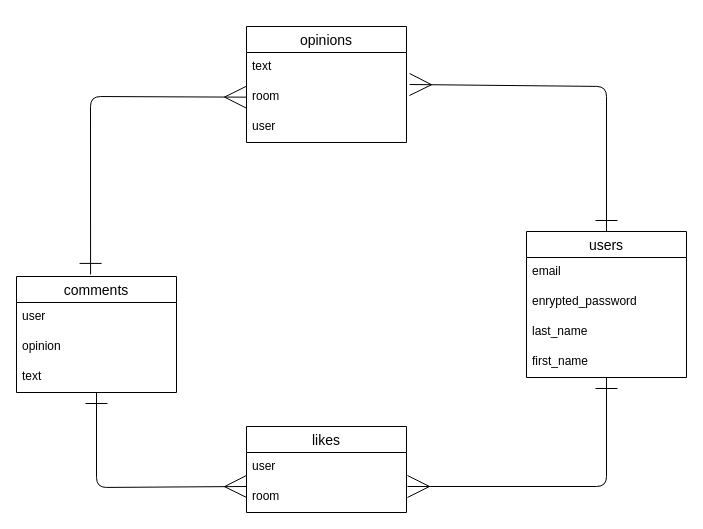
maximumry/mynion keeps this draw.io diagram as mynion.dio. Above is the earlier version. Source tidied: cells renumbered, new cells numbered last; positions are measured from the earlier drawing's top-left corner, leaving out a move shared by most shapes. Both pictures are drawn from the tidied source at 100%, with x=0, y=0 at pixel (16, 26).
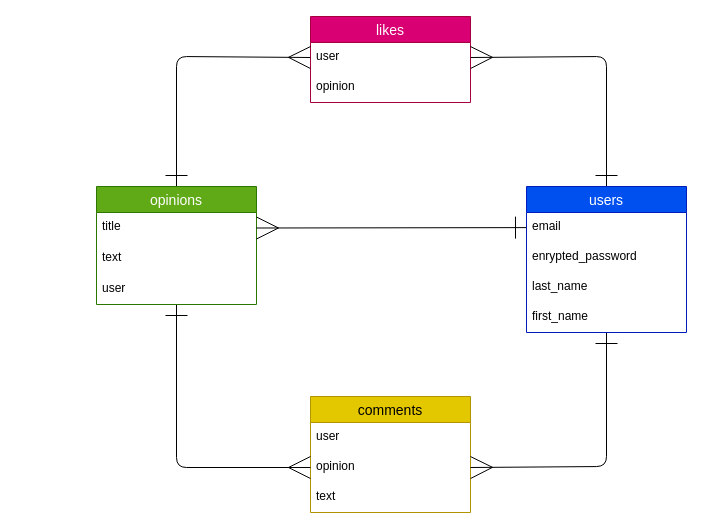
After the change.

The edit, as a diff of the source:
```diff
@@
-    <mxCell id="2" style="edgeStyle=none;html=1;entryX=0;entryY=0.133;entryDx=0;entryDy=0;entryPerimeter=0;startArrow=ERone;startFill=0;endArrow=ERmany;endFill=0;startSize=20;endSize=20;" parent="1" edge="1" source="3" target="9">
-      <mxGeometry relative="1" as="geometry">
-        <Array as="points">
-          <mxPoint x="80" y="461" />
-        </Array>
-      </mxGeometry>
-    </mxCell>
-    <mxCell id="3" value="comments" style="swimlane;fontStyle=0;horizontal=1;startSize=26;align=center;fontSize=14;" parent="1" vertex="1">
-      <mxGeometry y="250" width="160" height="116" as="geometry" />
+    <mxCell id="3" value="comments" style="swimlane;fontStyle=0;horizontal=1;startSize=26;align=center;fontSize=14;rounded=0;fillColor=#e3c800;fontColor=#000000;strokeColor=#B09500;" parent="1" vertex="1">
+      <mxGeometry x="294" y="370" width="160" height="116" as="geometry" />
     </mxCell>
-    <mxCell id="4" value="user" style="text;strokeColor=none;fillColor=none;spacingLeft=4;spacingRight=4;overflow=hidden;fontSize=12;" parent="3" vertex="1">
+    <mxCell id="4" value="user" style="text;strokeColor=none;fillColor=none;spacingLeft=4;spacingRight=4;overflow=hidden;fontSize=12;rounded=0;" parent="3" vertex="1">
       <mxGeometry y="26" width="160" height="30" as="geometry" />
     </mxCell>
-    <mxCell id="5" value="opinion" style="text;strokeColor=none;fillColor=none;spacingLeft=4;spacingRight=4;overflow=hidden;points=[[0,0.5],[1,0.5]];portConstraint=eastwest;fontSize=12;" parent="3" vertex="1">
+    <mxCell id="5" value="opinion" style="text;strokeColor=none;fillColor=none;spacingLeft=4;spacingRight=4;overflow=hidden;points=[[0,0.5],[1,0.5]];portConstraint=eastwest;fontSize=12;rounded=0;" parent="3" vertex="1">
       <mxGeometry y="56" width="160" height="30" as="geometry" />
     </mxCell>
-    <mxCell id="6" value="text" style="text;strokeColor=none;fillColor=none;spacingLeft=4;spacingRight=4;overflow=hidden;fontSize=12;" parent="3" vertex="1">
+    <mxCell id="6" value="text" style="text;strokeColor=none;fillColor=none;spacingLeft=4;spacingRight=4;overflow=hidden;fontSize=12;rounded=0;" parent="3" vertex="1">
       <mxGeometry y="86" width="160" height="30" as="geometry" />
     </mxCell>
-    <mxCell id="7" value="likes" style="swimlane;fontStyle=0;horizontal=1;startSize=26;align=center;fontSize=14;" parent="1" vertex="1">
-      <mxGeometry x="230" y="400" width="160" height="86" as="geometry" />
+    <mxCell id="7" value="likes" style="swimlane;fontStyle=0;horizontal=1;startSize=26;align=center;fontSize=14;rounded=0;fillColor=#d80073;fontColor=#ffffff;strokeColor=#A50040;" parent="1" vertex="1">
+      <mxGeometry x="294" y="-10" width="160" height="86" as="geometry" />
     </mxCell>
-    <mxCell id="8" value="user" style="text;strokeColor=none;fillColor=none;spacingLeft=4;spacingRight=4;overflow=hidden;points=[[0,0.5],[1,0.5]];portConstraint=eastwest;fontSize=12;" parent="7" vertex="1">
+    <mxCell id="8" value="user" style="text;spacingLeft=4;spacingRight=4;overflow=hidden;points=[[0,0.5],[1,0.5]];portConstraint=eastwest;fontSize=12;rounded=0;" parent="7" vertex="1">
       <mxGeometry y="26" width="160" height="30" as="geometry" />
     </mxCell>
-    <mxCell id="9" value="room" style="text;strokeColor=none;fillColor=none;spacingLeft=4;spacingRight=4;overflow=hidden;points=[[0,0.5],[1,0.5]];portConstraint=eastwest;fontSize=12;" parent="7" vertex="1">
+    <mxCell id="9" value="opinion" style="text;strokeColor=none;fillColor=none;spacingLeft=4;spacingRight=4;overflow=hidden;points=[[0,0.5],[1,0.5]];portConstraint=eastwest;fontSize=12;rounded=0;" parent="7" vertex="1">
       <mxGeometry y="56" width="160" height="30" as="geometry" />
     </mxCell>
+    <mxCell id="22" style="edgeStyle=none;html=1;entryX=0;entryY=0.5;entryDx=0;entryDy=0;startArrow=ERone;startFill=0;endArrow=ERmany;endFill=0;startSize=20;endSize=20;" parent="1" edge="1" source="10" target="5">
+      <mxGeometry relative="1" as="geometry">
+        <Array as="points">
+          <mxPoint x="160" y="441" />
+        </Array>
+      </mxGeometry>
+    </mxCell>
+    <mxCell id="23" style="edgeStyle=none;html=1;entryX=0;entryY=0.5;entryDx=0;entryDy=0;startArrow=ERone;startFill=0;endArrow=ERmany;endFill=0;startSize=20;endSize=20;" parent="1" edge="1" source="10" target="8">
+      <mxGeometry relative="1" as="geometry">
+        <Array as="points">
+          <mxPoint x="160" y="30" />
+        </Array>
+      </mxGeometry>
+    </mxCell>
-    <mxCell id="10" value="opinions" style="swimlane;fontStyle=0;horizontal=1;startSize=26;align=center;fontSize=14;" parent="1" vertex="1">
-      <mxGeometry x="230" width="160" height="116" as="geometry" />
+    <mxCell id="10" value="opinions" style="swimlane;fontStyle=0;horizontal=1;startSize=26;align=center;fontSize=14;rounded=0;fillColor=#60a917;fontColor=#ffffff;strokeColor=#2D7600;" parent="1" vertex="1">
+      <mxGeometry x="80" y="160" width="160" height="118" as="geometry" />
     </mxCell>
-    <mxCell id="11" value="text" style="text;strokeColor=none;fillColor=none;spacingLeft=4;spacingRight=4;overflow=hidden;points=[[0,0.5],[1,0.5]];portConstraint=eastwest;fontSize=12;" parent="10" vertex="1">
-      <mxGeometry y="26" width="160" height="30" as="geometry" />
+    <mxCell id="11" value="title" style="text;strokeColor=none;fillColor=none;spacingLeft=4;spacingRight=4;overflow=hidden;points=[[0,0.5],[1,0.5]];portConstraint=eastwest;fontSize=12;rounded=0;" parent="10" vertex="1">
+      <mxGeometry y="26" width="160" height="31" as="geometry" />
     </mxCell>
-    <mxCell id="12" value="room" style="text;strokeColor=none;fillColor=none;spacingLeft=4;spacingRight=4;overflow=hidden;points=[[0,0.5],[1,0.5]];portConstraint=eastwest;fontSize=12;" parent="10" vertex="1">
-      <mxGeometry y="56" width="160" height="30" as="geometry" />
-    </mxCell>
+    <mxCell id="24" value="text" style="text;strokeColor=none;fillColor=none;spacingLeft=4;spacingRight=4;overflow=hidden;fontSize=12;rounded=0;" parent="10" vertex="1">
+      <mxGeometry y="57" width="160" height="31" as="geometry" />
+    </mxCell>
-    <mxCell id="13" value="user" style="text;strokeColor=none;fillColor=none;spacingLeft=4;spacingRight=4;overflow=hidden;fontSize=12;" parent="10" vertex="1">
-      <mxGeometry y="86" width="160" height="30" as="geometry" />
+    <mxCell id="13" value="user" style="text;strokeColor=none;fillColor=none;spacingLeft=4;spacingRight=4;overflow=hidden;fontSize=12;rounded=0;" parent="10" vertex="1">
+      <mxGeometry y="88" width="160" height="30" as="geometry" />
     </mxCell>
-    <mxCell id="14" style="edgeStyle=none;html=1;entryX=1.006;entryY=0.133;entryDx=0;entryDy=0;entryPerimeter=0;startArrow=ERone;startFill=0;endArrow=ERmany;endFill=0;endSize=20;startSize=20;" parent="1" edge="1" source="16" target="9">
-      <mxGeometry relative="1" as="geometry">
-        <Array as="points">
-          <mxPoint x="590" y="460" />
-        </Array>
-      </mxGeometry>
-    </mxCell>
-    <mxCell id="15" style="edgeStyle=none;html=1;startArrow=ERone;startFill=0;endArrow=ERmany;endFill=0;startSize=20;endSize=20;entryX=1.019;entryY=0.067;entryDx=0;entryDy=0;entryPerimeter=0;" parent="1" edge="1" source="16" target="12">
-      <mxGeometry relative="1" as="geometry">
-        <Array as="points">
-          <mxPoint x="590" y="60" />
-        </Array>
-      </mxGeometry>
-    </mxCell>
+    <mxCell id="25" style="edgeStyle=none;html=1;entryX=1;entryY=0.5;entryDx=0;entryDy=0;startArrow=ERone;startFill=0;endArrow=ERmany;endFill=0;startSize=20;endSize=20;" parent="1" edge="1" source="16" target="5">
+      <mxGeometry relative="1" as="geometry">
+        <Array as="points">
+          <mxPoint x="590" y="440" />
+        </Array>
+      </mxGeometry>
+    </mxCell>
+    <mxCell id="26" style="edgeStyle=none;html=1;entryX=1;entryY=0.5;entryDx=0;entryDy=0;startArrow=ERone;startFill=0;endArrow=ERmany;endFill=0;startSize=20;endSize=20;" parent="1" edge="1" source="16" target="8">
+      <mxGeometry relative="1" as="geometry">
+        <Array as="points">
+          <mxPoint x="590" y="30" />
+        </Array>
+      </mxGeometry>
+    </mxCell>
-    <mxCell id="16" value="users" style="swimlane;fontStyle=0;horizontal=1;startSize=26;align=center;fontSize=14;" parent="1" vertex="1">
-      <mxGeometry x="510" y="205" width="160" height="146" as="geometry" />
+    <mxCell id="16" value="users" style="swimlane;fontStyle=0;horizontal=1;startSize=26;align=center;fontSize=14;rounded=0;fillColor=#0050ef;fontColor=#ffffff;strokeColor=#001DBC;" parent="1" vertex="1">
+      <mxGeometry x="510" y="160" width="160" height="146" as="geometry" />
     </mxCell>
-    <mxCell id="17" value="email" style="text;strokeColor=none;fillColor=none;spacingLeft=4;spacingRight=4;overflow=hidden;points=[[0,0.5],[1,0.5]];portConstraint=eastwest;fontSize=12;" parent="16" vertex="1">
+    <mxCell id="17" value="email" style="text;strokeColor=none;fillColor=none;spacingLeft=4;spacingRight=4;overflow=hidden;points=[[0,0.5],[1,0.5]];portConstraint=eastwest;fontSize=12;rounded=0;" parent="16" vertex="1">
       <mxGeometry y="26" width="160" height="30" as="geometry" />
     </mxCell>
-    <mxCell id="18" value="enrypted_password" style="text;strokeColor=none;fillColor=none;spacingLeft=4;spacingRight=4;overflow=hidden;fontSize=12;" parent="16" vertex="1">
+    <mxCell id="18" value="enrypted_password" style="text;strokeColor=none;fillColor=none;spacingLeft=4;spacingRight=4;overflow=hidden;fontSize=12;rounded=0;" parent="16" vertex="1">
       <mxGeometry y="56" width="160" height="30" as="geometry" />
     </mxCell>
-    <mxCell id="19" value="last_name" style="text;strokeColor=none;fillColor=none;spacingLeft=4;spacingRight=4;overflow=hidden;fontSize=12;" parent="16" vertex="1">
+    <mxCell id="19" value="last_name" style="text;strokeColor=none;fillColor=none;spacingLeft=4;spacingRight=4;overflow=hidden;fontSize=12;rounded=0;" parent="16" vertex="1">
       <mxGeometry y="86" width="160" height="30" as="geometry" />
     </mxCell>
-    <mxCell id="20" value="first_name" style="text;strokeColor=none;fillColor=none;spacingLeft=4;spacingRight=4;overflow=hidden;fontSize=12;" parent="16" vertex="1">
+    <mxCell id="20" value="first_name" style="text;strokeColor=none;fillColor=none;spacingLeft=4;spacingRight=4;overflow=hidden;fontSize=12;rounded=0;" parent="16" vertex="1">
       <mxGeometry y="116" width="160" height="30" as="geometry" />
     </mxCell>
-    <mxCell id="21" style="edgeStyle=none;html=1;startArrow=ERmany;startFill=0;endArrow=ERone;endFill=0;startSize=20;endSize=20;entryX=0.463;entryY=-0.018;entryDx=0;entryDy=0;entryPerimeter=0;" parent="1" edge="1" source="12" target="3">
+    <mxCell id="21" style="edgeStyle=none;html=1;startArrow=ERmany;startFill=0;endArrow=ERone;endFill=0;startSize=20;endSize=20;entryX=0.463;entryY=-0.018;entryDx=0;entryDy=0;entryPerimeter=0;rounded=0;" parent="1" edge="1" target="3">
       <mxGeometry relative="1" as="geometry">
         <Array as="points">
           <mxPoint x="74" y="70" />
         </Array>
       </mxGeometry>
     </mxCell>
+    <mxCell id="27" style="edgeStyle=none;html=1;entryX=1;entryY=0.5;entryDx=0;entryDy=0;startArrow=ERone;startFill=0;endSize=20;endArrow=ERmany;endFill=0;startSize=20;" parent="1" edge="1" source="17" target="11">
+      <mxGeometry relative="1" as="geometry" />
+    </mxCell>
```
